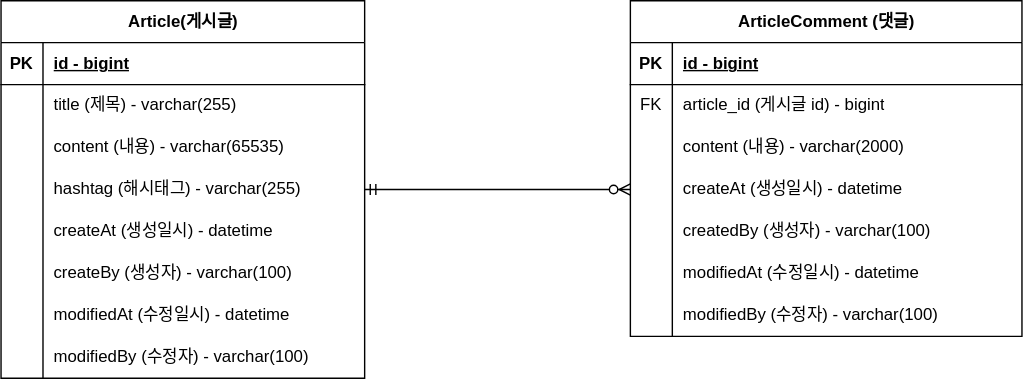
This is document/project-board-erd.svg from eckim97/board, a draw.io export, as it was before one commit. Source tidied: cells renumbered, new cells last; positions are measured from the earlier drawing's top-left corner, leaving out a move shared by most shapes.
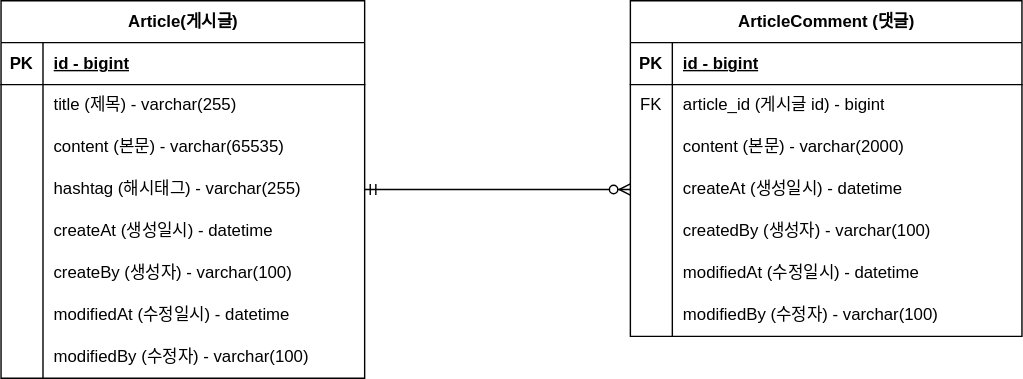
Later version of the same file.

Commit message:
#8 - ERD 주석 업데이트 : project-board-erd.svg

What changed in the source:
```diff
@@ -29,7 +29,7 @@
     <mxCell id="10" style="shape=partialRectangle;fillColor=none;top=0;left=0;bottom=0;right=0;overflow=hidden;whiteSpace=wrap;html=1;" parent="9" vertex="1">
       <mxGeometry width="30" height="30" as="geometry" />
     </mxCell>
-    <mxCell id="11" value="content (내용) - varchar(65535)" style="shape=partialRectangle;fillColor=none;top=0;left=0;bottom=0;right=0;align=left;spacingLeft=6;overflow=hidden;whiteSpace=wrap;html=1;" parent="9" vertex="1">
+    <mxCell id="11" value="content (본문) - varchar(65535)" style="shape=partialRectangle;fillColor=none;top=0;left=0;bottom=0;right=0;align=left;spacingLeft=6;overflow=hidden;whiteSpace=wrap;html=1;" parent="9" vertex="1">
       <mxGeometry x="30" width="230" height="30" as="geometry" />
     </mxCell>
     <mxCell id="12" style="shape=tableRow;horizontal=0;startSize=0;swimlaneHead=0;swimlaneBody=0;fillColor=none;points=[[0,0.5],[1,0.5]];portConstraint=eastwest;top=0;left=0;right=0;bottom=0;" parent="2" vertex="1">
@@ -104,7 +104,7 @@
     <mxCell id="35" style="shape=partialRectangle;fillColor=none;top=0;left=0;bottom=0;right=0;overflow=hidden;whiteSpace=wrap;html=1;" parent="34" vertex="1">
       <mxGeometry width="30" height="30" as="geometry" />
     </mxCell>
-    <mxCell id="36" value="content (내용) - varchar(2000)" style="shape=partialRectangle;fillColor=none;top=0;left=0;bottom=0;right=0;align=left;spacingLeft=6;overflow=hidden;whiteSpace=wrap;html=1;" parent="34" vertex="1">
+    <mxCell id="36" value="content (본문) - varchar(2000)" style="shape=partialRectangle;fillColor=none;top=0;left=0;bottom=0;right=0;align=left;spacingLeft=6;overflow=hidden;whiteSpace=wrap;html=1;" parent="34" vertex="1">
       <mxGeometry x="30" width="250" height="30" as="geometry" />
     </mxCell>
     <mxCell id="37" style="shape=tableRow;horizontal=0;startSize=0;swimlaneHead=0;swimlaneBody=0;fillColor=none;points=[[0,0.5],[1,0.5]];portConstraint=eastwest;top=0;left=0;right=0;bottom=0;" parent="27" vertex="1">
```
